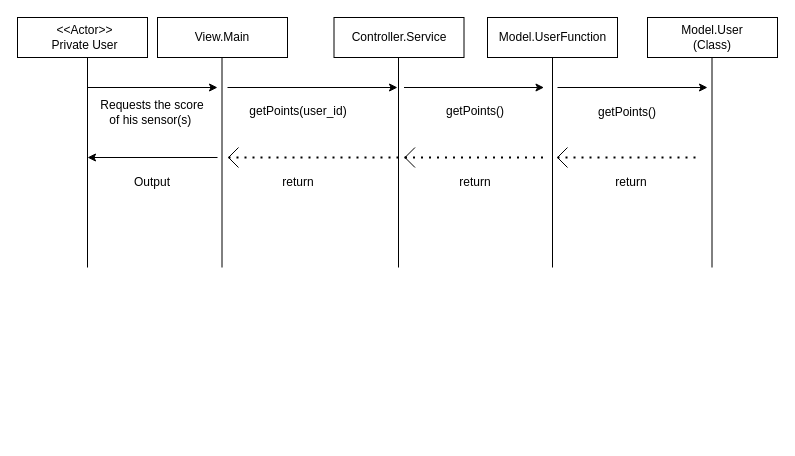
The draw.io diagram Sequence diagram _ View reward points.drawio in jimmywengzj/GL-TP, before the edit. Source tidied: cells renumbered, new cells numbered last; positions are measured from the earlier drawing's top-left corner, leaving out a move shared by most shapes. Both pictures are drawn from the tidied source at 100%, with x=0, y=0 at pixel (17, 17).
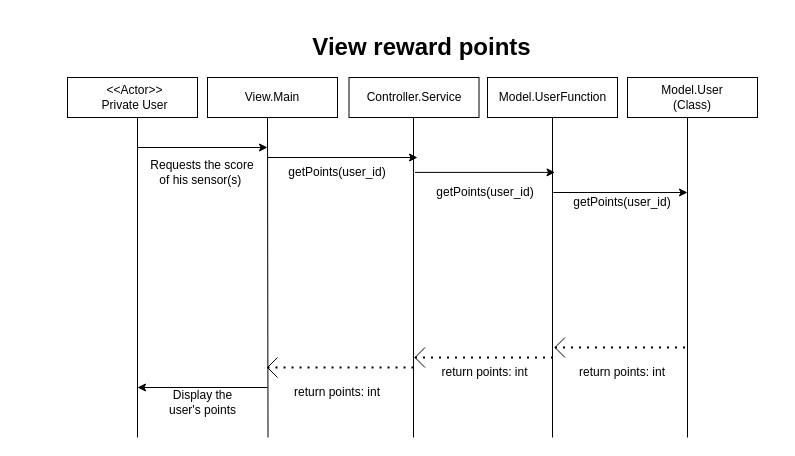
After the change.

What changed in the source:
```diff
@@
     <mxCell id="2" style="rounded=0;whiteSpace=wrap;html=1;" parent="1" vertex="1">
-      <mxGeometry x="140" width="130" height="40" as="geometry" />
+      <mxGeometry x="190" y="60" width="130" height="40" as="geometry" />
     </mxCell>
     <mxCell id="3" value="View.Main" style="text;html=1;strokeColor=none;fillColor=none;align=center;verticalAlign=middle;whiteSpace=wrap;rounded=0;" parent="1" vertex="1">
-      <mxGeometry x="175" y="5" width="60" height="30" as="geometry" />
+      <mxGeometry x="225" y="65" width="60" height="30" as="geometry" />
     </mxCell>
     <mxCell id="4" style="rounded=0;whiteSpace=wrap;html=1;" parent="1" vertex="1">
-      <mxGeometry width="130" height="40" as="geometry" />
+      <mxGeometry x="50" y="60" width="130" height="40" as="geometry" />
     </mxCell>
     <mxCell id="5" value="&amp;lt;&amp;lt;Actor&amp;gt;&amp;gt;&lt;br&gt;Private User" style="text;html=1;strokeColor=none;fillColor=none;align=center;verticalAlign=middle;whiteSpace=wrap;rounded=0;" parent="1" vertex="1">
-      <mxGeometry x="20" y="5" width="95" height="30" as="geometry" />
+      <mxGeometry x="70" y="65" width="95" height="30" as="geometry" />
     </mxCell>
     <mxCell id="6" style="endArrow=classic;html=1;rounded=0;" parent="1" edge="1">
       <mxGeometry relative="1" as="geometry">
-        <mxPoint x="70" y="70" as="sourcePoint" />
-        <mxPoint x="200" y="70" as="targetPoint" />
+        <mxPoint x="120" y="130" as="sourcePoint" />
+        <mxPoint x="250" y="130" as="targetPoint" />
       </mxGeometry>
     </mxCell>
     <mxCell id="7" value="Requests the score&lt;br&gt;of his sensor(s)&amp;nbsp;" style="text;html=1;strokeColor=none;fillColor=none;align=center;verticalAlign=middle;whiteSpace=wrap;rounded=0;" parent="1" vertex="1">
-      <mxGeometry x="70" y="80" width="130" height="30" as="geometry" />
+      <mxGeometry x="120" y="140" width="130" height="30" as="geometry" />
     </mxCell>
     <mxCell id="8" style="endArrow=none;html=1;rounded=0;entryX=0.5;entryY=1;entryDx=0;entryDy=0;" parent="1" edge="1">
       <mxGeometry relative="1" as="geometry">
-        <mxPoint x="204.5" y="250" as="sourcePoint" />
-        <mxPoint x="204.5" y="40" as="targetPoint" />
+        <mxPoint x="250.5" y="420" as="sourcePoint" />
+        <mxPoint x="250" y="100" as="targetPoint" />
       </mxGeometry>
     </mxCell>
     <mxCell id="9" style="endArrow=none;html=1;rounded=0;entryX=0.5;entryY=1;entryDx=0;entryDy=0;" parent="1" edge="1">
       <mxGeometry relative="1" as="geometry">
-        <mxPoint x="70" y="250" as="sourcePoint" />
-        <mxPoint x="70" y="40" as="targetPoint" />
+        <mxPoint x="120" y="420" as="sourcePoint" />
+        <mxPoint x="120" y="100" as="targetPoint" />
       </mxGeometry>
     </mxCell>
-    <mxCell id="10" style="endArrow=classic;html=1;rounded=0;" parent="1" edge="1">
-      <mxGeometry relative="1" as="geometry">
-        <mxPoint x="210" y="70" as="sourcePoint" />
-        <mxPoint x="380" y="70" as="targetPoint" />
-      </mxGeometry>
-    </mxCell>
     <mxCell id="11" value="getPoints(user_id)" style="text;html=1;strokeColor=none;fillColor=none;align=center;verticalAlign=middle;whiteSpace=wrap;rounded=0;" parent="1" vertex="1">
-      <mxGeometry x="211" y="79" width="140" height="30" as="geometry" />
+      <mxGeometry x="250" y="140" width="140" height="30" as="geometry" />
     </mxCell>
     <mxCell id="12" style="endArrow=none;dashed=1;html=1;dashPattern=1 3;strokeWidth=2;rounded=0;" parent="1" edge="1">
       <mxGeometry relative="1" as="geometry">
-        <mxPoint x="211" y="140" as="sourcePoint" />
-        <mxPoint x="390" y="140" as="targetPoint" />
+        <mxPoint x="250" y="350" as="sourcePoint" />
+        <mxPoint x="400" y="350" as="targetPoint" />
       </mxGeometry>
     </mxCell>
     <mxCell id="13" style="endArrow=none;html=1;rounded=0;" parent="1" edge="1">
       <mxGeometry relative="1" as="geometry">
-        <mxPoint x="211" y="140" as="sourcePoint" />
-        <mxPoint x="221" y="130" as="targetPoint" />
+        <mxPoint x="250" y="350" as="sourcePoint" />
+        <mxPoint x="260" y="340" as="targetPoint" />
       </mxGeometry>
     </mxCell>
     <mxCell id="14" style="endArrow=none;html=1;rounded=0;" parent="1" edge="1">
       <mxGeometry relative="1" as="geometry">
-        <mxPoint x="211" y="140" as="sourcePoint" />
-        <mxPoint x="221" y="150" as="targetPoint" />
+        <mxPoint x="250" y="350" as="sourcePoint" />
+        <mxPoint x="260" y="360" as="targetPoint" />
         <Array as="points">
-          <mxPoint x="221" y="150" />
+          <mxPoint x="260" y="360" />
         </Array>
       </mxGeometry>
     </mxCell>
     <mxCell id="15" style="endArrow=classic;html=1;rounded=0;" parent="1" edge="1">
       <mxGeometry relative="1" as="geometry">
-        <mxPoint x="200" y="140" as="sourcePoint" />
-        <mxPoint x="70" y="140" as="targetPoint" />
+        <mxPoint x="250" y="370" as="sourcePoint" />
+        <mxPoint x="120" y="370" as="targetPoint" />
       </mxGeometry>
     </mxCell>
-    <mxCell id="16" value="return" style="text;html=1;strokeColor=none;fillColor=none;align=center;verticalAlign=middle;whiteSpace=wrap;rounded=0;" parent="1" vertex="1">
-      <mxGeometry x="251" y="150" width="60" height="30" as="geometry" />
+    <mxCell id="16" value="return points: int" style="text;html=1;strokeColor=none;fillColor=none;align=center;verticalAlign=middle;whiteSpace=wrap;rounded=0;" parent="1" vertex="1">
+      <mxGeometry x="270" y="360" width="100" height="30" as="geometry" />
     </mxCell>
-    <mxCell id="17" value="Output" style="text;html=1;strokeColor=none;fillColor=none;align=center;verticalAlign=middle;whiteSpace=wrap;rounded=0;" parent="1" vertex="1">
-      <mxGeometry x="105" y="150" width="60" height="30" as="geometry" />
+    <mxCell id="17" value="Display the user's points" style="text;html=1;strokeColor=none;fillColor=none;align=center;verticalAlign=middle;whiteSpace=wrap;rounded=0;" parent="1" vertex="1">
+      <mxGeometry x="137.5" y="370" width="95" height="30" as="geometry" />
     </mxCell>
     <mxCell id="18" style="rounded=0;whiteSpace=wrap;html=1;" parent="1" vertex="1">
-      <mxGeometry x="630" width="130" height="40" as="geometry" />
+      <mxGeometry x="610" y="60" width="130" height="40" as="geometry" />
     </mxCell>
     <mxCell id="19" value="Model.User (Class)" style="text;html=1;strokeColor=none;fillColor=none;align=center;verticalAlign=middle;whiteSpace=wrap;rounded=0;" parent="1" vertex="1">
-      <mxGeometry x="665" y="5" width="60" height="30" as="geometry" />
+      <mxGeometry x="645" y="65" width="60" height="30" as="geometry" />
     </mxCell>
     <mxCell id="20" style="endArrow=none;html=1;rounded=0;entryX=0.5;entryY=1;entryDx=0;entryDy=0;" parent="1" edge="1">
       <mxGeometry relative="1" as="geometry">
-        <mxPoint x="694.5" y="250" as="sourcePoint" />
-        <mxPoint x="694.5" y="40" as="targetPoint" />
+        <mxPoint x="670" y="420" as="sourcePoint" />
+        <mxPoint x="670" y="100" as="targetPoint" />
       </mxGeometry>
     </mxCell>
     <mxCell id="21" style="rounded=0;whiteSpace=wrap;html=1;" parent="1" vertex="1">
-      <mxGeometry x="470" width="130" height="40" as="geometry" />
+      <mxGeometry x="470" y="60" width="130" height="40" as="geometry" />
     </mxCell>
     <mxCell id="22" value="Model.UserFunction" style="text;html=1;strokeColor=none;fillColor=none;align=center;verticalAlign=middle;whiteSpace=wrap;rounded=0;" parent="1" vertex="1">
-      <mxGeometry x="497.5" y="5" width="75" height="30" as="geometry" />
+      <mxGeometry x="497.5" y="65" width="75" height="30" as="geometry" />
     </mxCell>
     <mxCell id="23" style="endArrow=none;html=1;rounded=0;entryX=0.5;entryY=1;entryDx=0;entryDy=0;" parent="1" edge="1" target="21">
       <mxGeometry relative="1" as="geometry">
-        <mxPoint x="535" y="250" as="sourcePoint" />
+        <mxPoint x="535" y="420" as="sourcePoint" />
       </mxGeometry>
     </mxCell>
-    <mxCell id="24" style="endArrow=classic;html=1;rounded=0;" parent="1" edge="1">
+    <mxCell id="24" style="endArrow=classic;html=1;rounded=0;exitX=0.988;exitY=0.5;exitDx=0;exitDy=0;exitPerimeter=0;" parent="1" edge="1" source="34">
       <mxGeometry relative="1" as="geometry">
-        <mxPoint x="540" y="70" as="sourcePoint" />
-        <mxPoint x="690" y="70" as="targetPoint" />
+        <mxPoint x="670" y="175" as="targetPoint" />
       </mxGeometry>
     </mxCell>
-    <mxCell id="25" value="getPoints()" style="text;html=1;strokeColor=none;fillColor=none;align=center;verticalAlign=middle;whiteSpace=wrap;rounded=0;" parent="1" vertex="1">
-      <mxGeometry x="540" y="80" width="140" height="30" as="geometry" />
+    <mxCell id="25" value="getPoints(user_id)" style="text;html=1;strokeColor=none;fillColor=none;align=center;verticalAlign=middle;whiteSpace=wrap;rounded=0;" parent="1" vertex="1">
+      <mxGeometry x="535" y="170" width="140" height="30" as="geometry" />
     </mxCell>
     <mxCell id="26" style="endArrow=none;dashed=1;html=1;dashPattern=1 3;strokeWidth=2;rounded=0;" parent="1" edge="1">
       <mxGeometry relative="1" as="geometry">
-        <mxPoint x="540" y="140" as="sourcePoint" />
-        <mxPoint x="680" y="140" as="targetPoint" />
+        <mxPoint x="537.5" y="330" as="sourcePoint" />
+        <mxPoint x="670" y="330" as="targetPoint" />
       </mxGeometry>
     </mxCell>
     <mxCell id="27" style="endArrow=none;html=1;rounded=0;" parent="1" edge="1">
       <mxGeometry relative="1" as="geometry">
-        <mxPoint x="540" y="140" as="sourcePoint" />
-        <mxPoint x="550" y="130" as="targetPoint" />
+        <mxPoint x="537.5" y="330" as="sourcePoint" />
+        <mxPoint x="547.5" y="320" as="targetPoint" />
       </mxGeometry>
     </mxCell>
     <mxCell id="28" style="endArrow=none;html=1;rounded=0;" parent="1" edge="1">
       <mxGeometry relative="1" as="geometry">
-        <mxPoint x="540" y="140" as="sourcePoint" />
-        <mxPoint x="550" y="150" as="targetPoint" />
+        <mxPoint x="537.5" y="330" as="sourcePoint" />
+        <mxPoint x="547.5" y="340" as="targetPoint" />
         <Array as="points">
-          <mxPoint x="550" y="150" />
+          <mxPoint x="547.5" y="340" />
         </Array>
       </mxGeometry>
     </mxCell>
-    <mxCell id="29" value="return" style="text;html=1;strokeColor=none;fillColor=none;align=center;verticalAlign=middle;whiteSpace=wrap;rounded=0;" parent="1" vertex="1">
-      <mxGeometry x="584" y="150" width="60" height="30" as="geometry" />
+    <mxCell id="29" value="return points: int" style="text;html=1;strokeColor=none;fillColor=none;align=center;verticalAlign=middle;whiteSpace=wrap;rounded=0;" parent="1" vertex="1">
+      <mxGeometry x="560" y="340" width="90" height="30" as="geometry" />
     </mxCell>
     <mxCell id="30" style="rounded=0;whiteSpace=wrap;html=1;" parent="1" vertex="1">
-      <mxGeometry x="316.5" width="130" height="40" as="geometry" />
+      <mxGeometry x="331.5" y="60" width="130" height="40" as="geometry" />
     </mxCell>
     <mxCell id="31" value="Controller.Service" style="text;html=1;strokeColor=none;fillColor=none;align=center;verticalAlign=middle;whiteSpace=wrap;rounded=0;" parent="1" vertex="1">
-      <mxGeometry x="351.5" y="5" width="60" height="30" as="geometry" />
+      <mxGeometry x="366.5" y="65" width="60" height="30" as="geometry" />
     </mxCell>
     <mxCell id="32" style="endArrow=none;html=1;rounded=0;entryX=0.5;entryY=1;entryDx=0;entryDy=0;" parent="1" edge="1">
       <mxGeometry relative="1" as="geometry">
-        <mxPoint x="381" y="250" as="sourcePoint" />
-        <mxPoint x="381" y="40" as="targetPoint" />
+        <mxPoint x="396" y="420" as="sourcePoint" />
+        <mxPoint x="396" y="100" as="targetPoint" />
       </mxGeometry>
     </mxCell>
     <mxCell id="33" style="endArrow=classic;html=1;rounded=0;" parent="1" edge="1">
       <mxGeometry relative="1" as="geometry">
-        <mxPoint x="386.5" y="70" as="sourcePoint" />
-        <mxPoint x="526.5" y="70" as="targetPoint" />
+        <mxPoint x="397.5" y="154.9" as="sourcePoint" />
+        <mxPoint x="537.5" y="154.9" as="targetPoint" />
       </mxGeometry>
     </mxCell>
-    <mxCell id="34" value="getPoints()" style="text;html=1;strokeColor=none;fillColor=none;align=center;verticalAlign=middle;whiteSpace=wrap;rounded=0;" parent="1" vertex="1">
-      <mxGeometry x="387.5" y="79" width="140" height="30" as="geometry" />
+    <mxCell id="34" value="getPoints(user_id)" style="text;html=1;strokeColor=none;fillColor=none;align=center;verticalAlign=middle;whiteSpace=wrap;rounded=0;" parent="1" vertex="1">
+      <mxGeometry x="397.5" y="160" width="140" height="30" as="geometry" />
     </mxCell>
     <mxCell id="35" style="endArrow=none;dashed=1;html=1;dashPattern=1 3;strokeWidth=2;rounded=0;" parent="1" edge="1">
       <mxGeometry relative="1" as="geometry">
-        <mxPoint x="387.5" y="140" as="sourcePoint" />
-        <mxPoint x="527.5" y="140" as="targetPoint" />
+        <mxPoint x="397.5" y="340" as="sourcePoint" />
+        <mxPoint x="537.5" y="340" as="targetPoint" />
       </mxGeometry>
     </mxCell>
     <mxCell id="36" style="endArrow=none;html=1;rounded=0;" parent="1" edge="1">
       <mxGeometry relative="1" as="geometry">
-        <mxPoint x="387.5" y="140" as="sourcePoint" />
-        <mxPoint x="397.5" y="130" as="targetPoint" />
+        <mxPoint x="397.5" y="340" as="sourcePoint" />
+        <mxPoint x="407.5" y="330" as="targetPoint" />
       </mxGeometry>
     </mxCell>
     <mxCell id="37" style="endArrow=none;html=1;rounded=0;" parent="1" edge="1">
       <mxGeometry relative="1" as="geometry">
-        <mxPoint x="387.5" y="140" as="sourcePoint" />
-        <mxPoint x="397.5" y="150" as="targetPoint" />
+        <mxPoint x="397.5" y="340" as="sourcePoint" />
+        <mxPoint x="407.5" y="350" as="targetPoint" />
         <Array as="points">
-          <mxPoint x="397.5" y="150" />
+          <mxPoint x="407.5" y="350" />
         </Array>
       </mxGeometry>
     </mxCell>
-    <mxCell id="38" value="return" style="text;html=1;strokeColor=none;fillColor=none;align=center;verticalAlign=middle;whiteSpace=wrap;rounded=0;" parent="1" vertex="1">
-      <mxGeometry x="427.5" y="150" width="60" height="30" as="geometry" />
+    <mxCell id="38" value="return points: int" style="text;html=1;strokeColor=none;fillColor=none;align=center;verticalAlign=middle;whiteSpace=wrap;rounded=0;" parent="1" vertex="1">
+      <mxGeometry x="421.2" y="340" width="92.5" height="30" as="geometry" />
     </mxCell>
+    <mxCell id="39" style="endArrow=classic;html=1;rounded=0;" parent="1" edge="1">
+      <mxGeometry relative="1" as="geometry">
+        <mxPoint x="250" y="140" as="sourcePoint" />
+        <mxPoint x="400" y="140" as="targetPoint" />
+      </mxGeometry>
+    </mxCell>
+    <mxCell id="40" value="View reward points" style="text;strokeColor=none;fillColor=none;html=1;fontSize=24;fontStyle=1;verticalAlign=middle;align=center;" parent="1" vertex="1">
+      <mxGeometry x="354" y="10" width="100" height="40" as="geometry" />
+    </mxCell>
```
